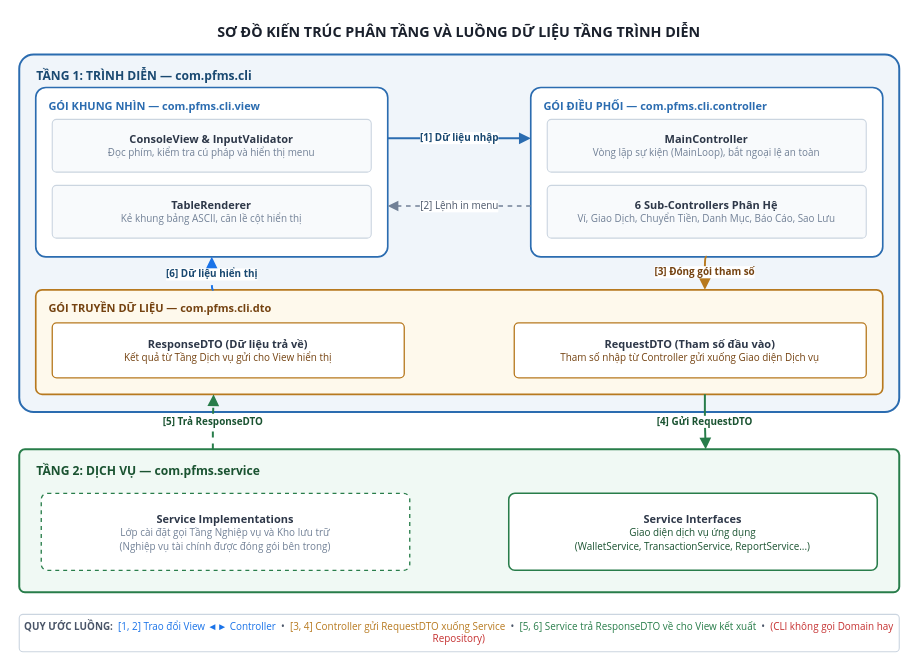
The draw.io diagram docs/object-oriented-design/07-so-do-kien-truc-tang-trinh-dien.drawio in mynhleeh/pfms-oop, before the edit. Source tidied: cells renumbered, new cells numbered last; positions are measured from the earlier drawing's top-left corner, leaving out a move shared by most shapes. Both pictures are drawn from the tidied source at 110%, with x=0, y=0 at pixel (19, 19).
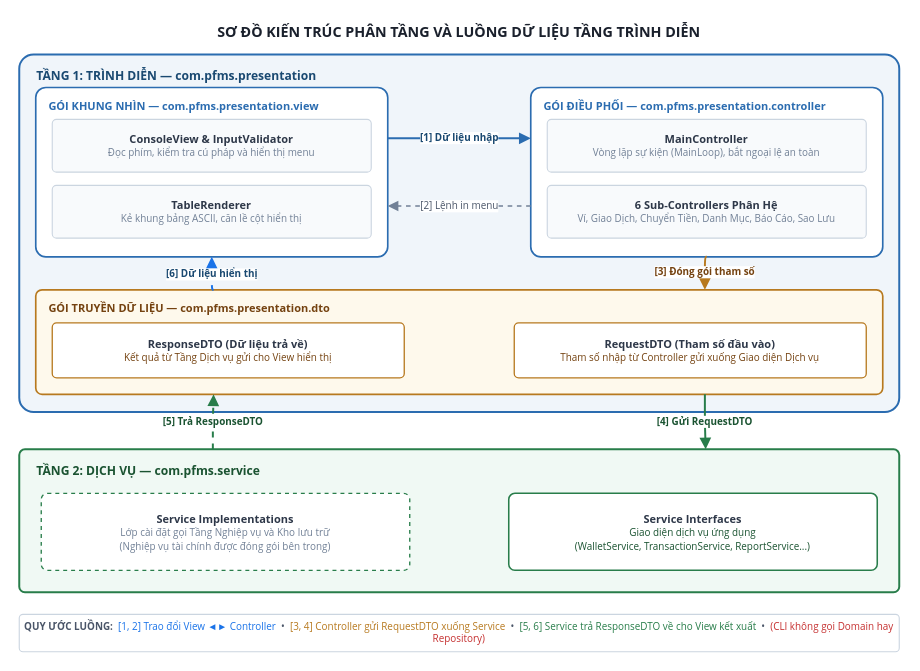
Above is the later version.

Commit message (it also covers changes not shown here):
refactor(ood): rename presentation layer package from cli to presentation

Diff of the diagram source:
```diff
@@
-    <mxCell id="3" value="TẦNG 1: TRÌNH DIỄN — com.pfms.cli" style="rounded=1;arcSize=4;whiteSpace=wrap;html=1;fillColor=#F0F5FA;strokeColor=#2B6CB0;strokeWidth=1.8;align=left;verticalAlign=top;spacingLeft=14;spacingTop=6;fontFamily=Segoe UI;fontSize=11;fontStyle=1;fontColor=#1A4971;" parent="1" vertex="1">
+    <mxCell id="3" value="TẦNG 1: TRÌNH DIỄN — com.pfms.presentation" style="rounded=1;arcSize=4;whiteSpace=wrap;html=1;fillColor=#F0F5FA;strokeColor=#2B6CB0;strokeWidth=1.8;align=left;verticalAlign=top;spacingLeft=14;spacingTop=6;fontFamily=Segoe UI;fontSize=11;fontStyle=1;fontColor=#1A4971;" parent="1" vertex="1">
       <mxGeometry y="32" width="800" height="325" as="geometry" />
     </mxCell>
-    <mxCell id="4" value="GÓI KHUNG NHÌN — com.pfms.cli.view" style="rounded=1;arcSize=6;whiteSpace=wrap;html=1;fillColor=#FFFFFF;strokeColor=#2B6CB0;strokeWidth=1.5;align=left;verticalAlign=top;spacingLeft=10;spacingTop=4;fontFamily=Segoe UI;fontSize=10;fontStyle=1;fontColor=#2B6CB0;" parent="1" vertex="1">
+    <mxCell id="4" value="GÓI KHUNG NHÌN — com.pfms.presentation.view" style="rounded=1;arcSize=6;whiteSpace=wrap;html=1;fillColor=#FFFFFF;strokeColor=#2B6CB0;strokeWidth=1.5;align=left;verticalAlign=top;spacingLeft=10;spacingTop=4;fontFamily=Segoe UI;fontSize=10;fontStyle=1;fontColor=#2B6CB0;" parent="1" vertex="1">
       <mxGeometry x="15" y="62" width="320" height="154" as="geometry" />
     </mxCell>
@@
-    <mxCell id="7" value="GÓI ĐIỀU PHỐI — com.pfms.cli.controller" style="rounded=1;arcSize=6;whiteSpace=wrap;html=1;fillColor=#FFFFFF;strokeColor=#2B6CB0;strokeWidth=1.5;align=left;verticalAlign=top;spacingLeft=10;spacingTop=4;fontFamily=Segoe UI;fontSize=10;fontStyle=1;fontColor=#2B6CB0;" parent="1" vertex="1">
+    <mxCell id="7" value="GÓI ĐIỀU PHỐI — com.pfms.presentation.controller" style="rounded=1;arcSize=6;whiteSpace=wrap;html=1;fillColor=#FFFFFF;strokeColor=#2B6CB0;strokeWidth=1.5;align=left;verticalAlign=top;spacingLeft=10;spacingTop=4;fontFamily=Segoe UI;fontSize=10;fontStyle=1;fontColor=#2B6CB0;" parent="1" vertex="1">
       <mxGeometry x="465" y="62" width="320" height="154" as="geometry" />
     </mxCell>
@@
-    <mxCell id="10" value="GÓI TRUYỀN DỮ LIỆU — com.pfms.cli.dto" style="rounded=1;arcSize=6;whiteSpace=wrap;html=1;fillColor=#FEF9EC;strokeColor=#B7791F;strokeWidth=1.5;align=left;verticalAlign=top;spacingLeft=10;spacingTop=4;fontFamily=Segoe UI;fontSize=10;fontStyle=1;fontColor=#744210;" parent="1" vertex="1">
+    <mxCell id="10" value="GÓI TRUYỀN DỮ LIỆU — com.pfms.presentation.dto" style="rounded=1;arcSize=6;whiteSpace=wrap;html=1;fillColor=#FEF9EC;strokeColor=#B7791F;strokeWidth=1.5;align=left;verticalAlign=top;spacingLeft=10;spacingTop=4;fontFamily=Segoe UI;fontSize=10;fontStyle=1;fontColor=#744210;" parent="1" vertex="1">
       <mxGeometry x="15" y="246" width="770" height="95" as="geometry" />
     </mxCell>
```
